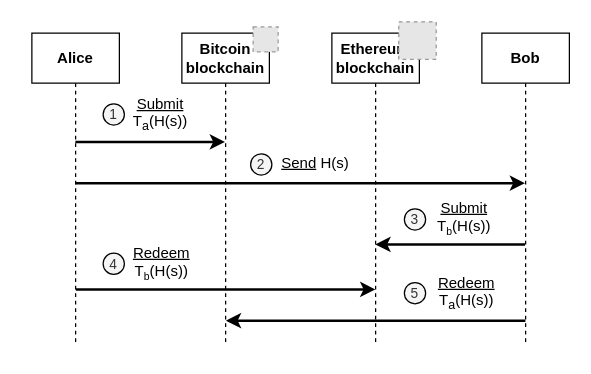
This is introduction/assets/atomic_swap.drawio from devos50/phd-thesis, a draw.io file, before an edit. Source tidied: cells renumbered, new cells numbered last; positions are measured from the earlier drawing's top-left corner, leaving out a move shared by most shapes. Both pictures are drawn from the tidied source at 125%, with x=0, y=0 at pixel (31, 21). Pictures stored in the file or linked from it are replaced by grey dashed boxes.
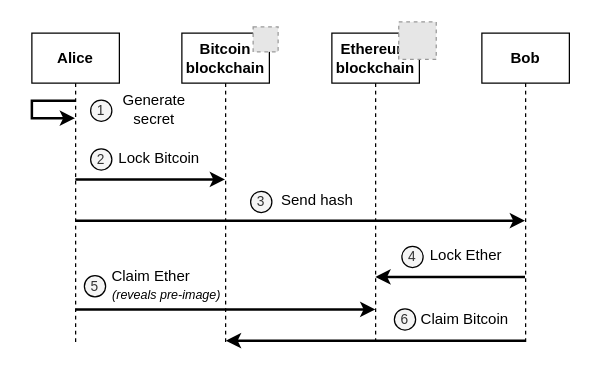
After the change.

Commit message (it also covers changes not shown here):
Refactored atomic swap

Diff of the diagram source:
```diff
@@
     <mxCell id="6" style="endArrow=classic;html=1;strokeWidth=2;" parent="1" edge="1">
       <mxGeometry relative="1" as="geometry">
-        <mxPoint x="34.8" y="96" as="sourcePoint" />
-        <mxPoint x="154.5" y="96" as="targetPoint" />
+        <mxPoint x="34.8" y="126" as="sourcePoint" />
+        <mxPoint x="154.5" y="126" as="targetPoint" />
       </mxGeometry>
     </mxCell>
-    <mxCell id="7" value="&lt;u&gt;Submit&lt;/u&gt;&lt;br&gt;T&lt;sub&gt;a&lt;/sub&gt;(H(s))" style="text;html=1;strokeColor=none;fillColor=none;align=center;verticalAlign=middle;whiteSpace=wrap;rounded=0;" parent="1" vertex="1">
-      <mxGeometry x="78" y="59" width="50" height="30" as="geometry" />
+    <mxCell id="7" value="Lock Bitcoin" style="text;html=1;strokeColor=none;fillColor=none;align=center;verticalAlign=middle;whiteSpace=wrap;rounded=0;" parent="1" vertex="1">
+      <mxGeometry x="66" y="94" width="72" height="30" as="geometry" />
     </mxCell>
     <mxCell id="8" style="endArrow=classic;html=1;strokeWidth=2;" parent="1" edge="1">
       <mxGeometry relative="1" as="geometry">
-        <mxPoint x="34.8" y="129" as="sourcePoint" />
-        <mxPoint x="394.5" y="129" as="targetPoint" />
+        <mxPoint x="34.8" y="159" as="sourcePoint" />
+        <mxPoint x="394.5" y="159" as="targetPoint" />
       </mxGeometry>
     </mxCell>
-    <mxCell id="9" value="&lt;u&gt;Send&lt;/u&gt;&amp;nbsp;H(s)" style="text;html=1;strokeColor=none;fillColor=none;align=center;verticalAlign=middle;whiteSpace=wrap;rounded=0;" parent="1" vertex="1">
-      <mxGeometry x="197" y="98" width="60" height="30" as="geometry" />
+    <mxCell id="9" value="Send hash" style="text;html=1;strokeColor=none;fillColor=none;align=center;verticalAlign=middle;whiteSpace=wrap;rounded=0;" parent="1" vertex="1">
+      <mxGeometry x="197" y="128" width="63" height="30" as="geometry" />
     </mxCell>
     <mxCell id="10" style="endArrow=classic;html=1;strokeWidth=2;" parent="1" edge="1">
       <mxGeometry relative="1" as="geometry">
-        <mxPoint x="394.5" y="178" as="sourcePoint" />
-        <mxPoint x="274.8" y="178" as="targetPoint" />
+        <mxPoint x="394.5" y="204" as="sourcePoint" />
+        <mxPoint x="274.8" y="204" as="targetPoint" />
       </mxGeometry>
     </mxCell>
-    <mxCell id="11" value="&lt;u&gt;Submit&lt;/u&gt;&lt;br&gt;T&lt;font size=&quot;1&quot;&gt;&lt;sub&gt;b&lt;/sub&gt;&lt;/font&gt;(H(s))" style="text;html=1;strokeColor=none;fillColor=none;align=center;verticalAlign=middle;whiteSpace=wrap;rounded=0;" parent="1" vertex="1">
-      <mxGeometry x="321" y="142" width="50" height="30" as="geometry" />
+    <mxCell id="11" value="Lock&amp;nbsp;Ether" style="text;html=1;strokeColor=none;fillColor=none;align=center;verticalAlign=middle;whiteSpace=wrap;rounded=0;" parent="1" vertex="1">
+      <mxGeometry x="318" y="172" width="59" height="30" as="geometry" />
     </mxCell>
     <mxCell id="12" style="endArrow=classic;html=1;strokeWidth=2;" parent="1" edge="1">
       <mxGeometry relative="1" as="geometry">
-        <mxPoint x="35.2" y="214" as="sourcePoint" />
-        <mxPoint x="274.8" y="214" as="targetPoint" />
+        <mxPoint x="35.2" y="230" as="sourcePoint" />
+        <mxPoint x="274.8" y="230" as="targetPoint" />
       </mxGeometry>
     </mxCell>
-    <mxCell id="13" value="&lt;u&gt;Redeem&lt;/u&gt;&lt;br&gt;T&lt;font size=&quot;1&quot;&gt;&lt;sub&gt;b&lt;/sub&gt;&lt;/font&gt;(H(s))" style="text;html=1;strokeColor=none;fillColor=none;align=center;verticalAlign=middle;whiteSpace=wrap;rounded=0;" parent="1" vertex="1">
-      <mxGeometry x="79" y="178" width="50" height="30" as="geometry" />
+    <mxCell id="13" value="Claim&amp;nbsp;Ether" style="text;html=1;strokeColor=none;fillColor=none;align=center;verticalAlign=middle;whiteSpace=wrap;rounded=0;" parent="1" vertex="1">
+      <mxGeometry x="62" y="189" width="67" height="30" as="geometry" />
     </mxCell>
     <mxCell id="14" style="endArrow=classic;html=1;strokeWidth=2;" parent="1" edge="1">
       <mxGeometry relative="1" as="geometry">
-        <mxPoint x="394.8" y="239" as="sourcePoint" />
-        <mxPoint x="155.2" y="239" as="targetPoint" />
+        <mxPoint x="394.8" y="255" as="sourcePoint" />
+        <mxPoint x="155.2" y="255" as="targetPoint" />
       </mxGeometry>
     </mxCell>
-    <mxCell id="15" value="&lt;u&gt;Redeem&lt;/u&gt;&lt;br&gt;T&lt;sub&gt;a&lt;/sub&gt;(H(s))" style="text;html=1;strokeColor=none;fillColor=none;align=center;verticalAlign=middle;whiteSpace=wrap;rounded=0;" parent="1" vertex="1">
-      <mxGeometry x="322.5" y="202" width="50" height="30" as="geometry" />
+    <mxCell id="15" value="&lt;span&gt;Claim&amp;nbsp;&lt;/span&gt;Bitcoin" style="text;html=1;strokeColor=none;fillColor=none;align=center;verticalAlign=middle;whiteSpace=wrap;rounded=0;fontStyle=0;" parent="1" vertex="1">
+      <mxGeometry x="307.5" y="223" width="76.5" height="30" as="geometry" />
     </mxCell>
@@
-    <mxCell id="18" value="1" style="ellipse;whiteSpace=wrap;html=1;strokeWidth=1;fillColor=#f5f5f5;strokeColor=#000000;fontColor=#333333;fontSize=11;" parent="1" vertex="1">
-      <mxGeometry x="57" y="65.5" width="17" height="17" as="geometry" />
+    <mxCell id="18" value="2" style="ellipse;whiteSpace=wrap;html=1;strokeWidth=1;fillColor=#f5f5f5;strokeColor=#000000;fontColor=#333333;fontSize=11;" parent="1" vertex="1">
+      <mxGeometry x="47" y="101.5" width="17" height="17" as="geometry" />
     </mxCell>
-    <mxCell id="19" value="2" style="ellipse;whiteSpace=wrap;html=1;strokeWidth=1;fillColor=#f5f5f5;strokeColor=#000000;fontColor=#333333;fontSize=11;" parent="1" vertex="1">
-      <mxGeometry x="175" y="105.5" width="17" height="17" as="geometry" />
+    <mxCell id="19" value="3" style="ellipse;whiteSpace=wrap;html=1;strokeWidth=1;fillColor=#f5f5f5;strokeColor=#000000;fontColor=#333333;fontSize=11;" parent="1" vertex="1">
+      <mxGeometry x="175" y="135.5" width="17" height="17" as="geometry" />
     </mxCell>
-    <mxCell id="20" value="3" style="ellipse;whiteSpace=wrap;html=1;strokeWidth=1;fillColor=#f5f5f5;strokeColor=#000000;fontColor=#333333;fontSize=11;" parent="1" vertex="1">
-      <mxGeometry x="298" y="149.5" width="17" height="17" as="geometry" />
+    <mxCell id="20" value="4" style="ellipse;whiteSpace=wrap;html=1;strokeWidth=1;fillColor=#f5f5f5;strokeColor=#000000;fontColor=#333333;fontSize=11;" parent="1" vertex="1">
+      <mxGeometry x="296" y="179.5" width="17" height="17" as="geometry" />
     </mxCell>
-    <mxCell id="21" value="4" style="ellipse;whiteSpace=wrap;html=1;strokeWidth=1;fillColor=#f5f5f5;strokeColor=#000000;fontColor=#333333;fontSize=11;" parent="1" vertex="1">
-      <mxGeometry x="57" y="185" width="17" height="17" as="geometry" />
+    <mxCell id="21" value="5" style="ellipse;whiteSpace=wrap;html=1;strokeWidth=1;fillColor=#f5f5f5;strokeColor=#000000;fontColor=#333333;fontSize=11;" parent="1" vertex="1">
+      <mxGeometry x="42" y="203" width="17" height="17" as="geometry" />
     </mxCell>
-    <mxCell id="22" value="5" style="ellipse;whiteSpace=wrap;html=1;strokeWidth=1;fillColor=#f5f5f5;strokeColor=#000000;fontColor=#333333;fontSize=11;" parent="1" vertex="1">
-      <mxGeometry x="298" y="208.5" width="17" height="17" as="geometry" />
+    <mxCell id="22" value="6" style="ellipse;whiteSpace=wrap;html=1;strokeWidth=1;fillColor=#f5f5f5;strokeColor=#000000;fontColor=#333333;fontSize=11;" parent="1" vertex="1">
+      <mxGeometry x="290" y="229.5" width="17" height="17" as="geometry" />
     </mxCell>
+    <mxCell id="23" value="(reveals pre-image)" style="text;html=1;strokeColor=none;fillColor=none;align=center;verticalAlign=middle;whiteSpace=wrap;rounded=0;fontStyle=2;fontSize=10;" parent="1" vertex="1">
+      <mxGeometry x="58.5" y="208" width="98" height="20" as="geometry" />
+    </mxCell>
+    <mxCell id="24" value="1" style="ellipse;whiteSpace=wrap;html=1;strokeWidth=1;fillColor=#f5f5f5;strokeColor=#000000;fontColor=#333333;fontSize=11;" parent="1" vertex="1">
+      <mxGeometry x="47" y="62.5" width="17" height="17" as="geometry" />
+    </mxCell>
+    <mxCell id="25" value="Generate&lt;br&gt;secret" style="text;html=1;strokeColor=none;fillColor=none;align=center;verticalAlign=middle;whiteSpace=wrap;rounded=0;" parent="1" vertex="1">
+      <mxGeometry x="62" y="55" width="72" height="30" as="geometry" />
+    </mxCell>
+    <mxCell id="26" style="endArrow=classic;html=1;strokeWidth=2;fontSize=10;rounded=0;" parent="1" edge="1">
+      <mxGeometry relative="1" as="geometry">
+        <mxPoint x="34.5" y="63" as="sourcePoint" />
+        <mxPoint x="34.5" y="77" as="targetPoint" />
+        <Array as="points">
+          <mxPoint y="63" />
+          <mxPoint y="77" />
+        </Array>
+      </mxGeometry>
+    </mxCell>
```
